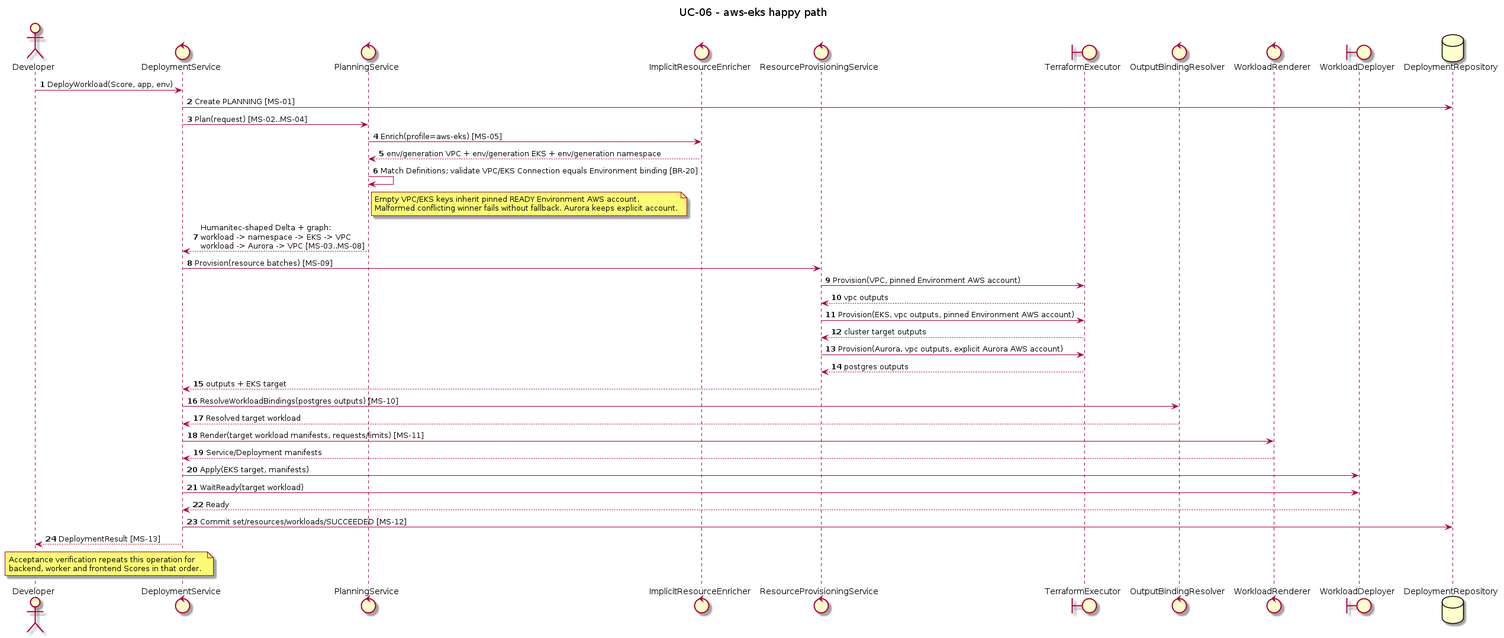
Above: orchestrator_docs/usecase/UC-06/sequence-cloud.png in pr3s3nt/poc (PlantUML), before the change. Its source is kept beside it as orchestrator_docs/usecase/UC-06/sequence-cloud.puml.
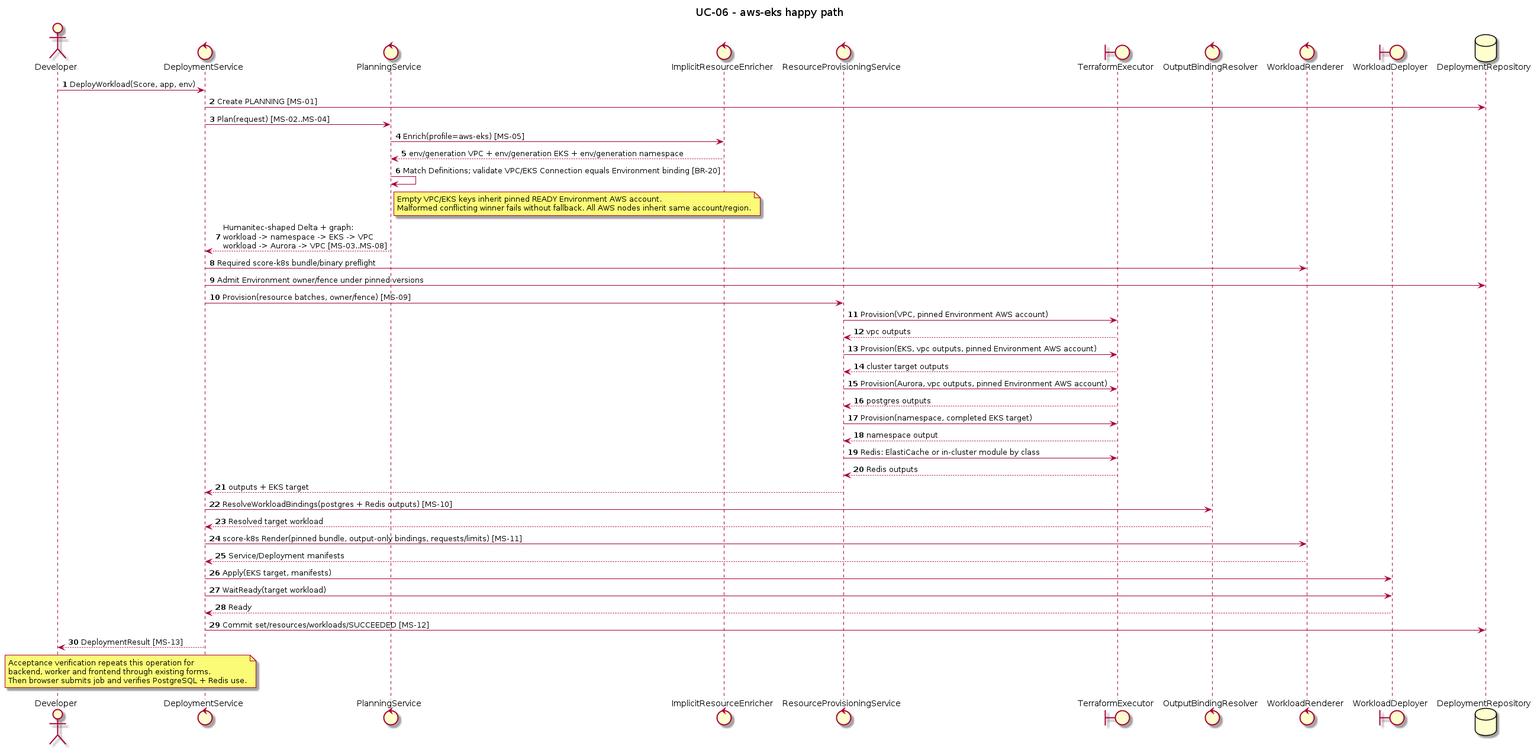
The same file after the commit.

What changed in the source:
```diff
@@ -20,20 +20,26 @@
 Planner -> Planner: Match Definitions; validate VPC/EKS Connection equals Environment binding [BR-20]
 note right of Planner
 Empty VPC/EKS keys inherit pinned READY Environment AWS account.
-Malformed conflicting winner fails without fallback. Aurora keeps explicit account.
+Malformed conflicting winner fails without fallback. All AWS nodes inherit same account/region.
 end note
 Planner --> Service: Humanitec-shaped Delta + graph:\nworkload -> namespace -> EKS -> VPC\nworkload -> Aurora -> VPC [MS-03..MS-08]
-Service -> Provisioner: Provision(resource batches) [MS-09]
+Service -> Renderer: Required score-k8s bundle/binary preflight
+Service -> Repo: Admit Environment owner/fence under pinned versions
+Service -> Provisioner: Provision(resource batches, owner/fence) [MS-09]
 Provisioner -> Terraform: Provision(VPC, pinned Environment AWS account)
 Terraform --> Provisioner: vpc outputs
 Provisioner -> Terraform: Provision(EKS, vpc outputs, pinned Environment AWS account)
 Terraform --> Provisioner: cluster target outputs
-Provisioner -> Terraform: Provision(Aurora, vpc outputs, explicit Aurora AWS account)
+Provisioner -> Terraform: Provision(Aurora, vpc outputs, pinned Environment AWS account)
 Terraform --> Provisioner: postgres outputs
+Provisioner -> Terraform: Provision(namespace, completed EKS target)
+Terraform --> Provisioner: namespace output
+Provisioner -> Terraform: Redis: ElastiCache or in-cluster module by class
+Terraform --> Provisioner: Redis outputs
 Provisioner --> Service: outputs + EKS target
-Service -> Resolver: ResolveWorkloadBindings(postgres outputs) [MS-10]
+Service -> Resolver: ResolveWorkloadBindings(postgres + Redis outputs) [MS-10]
 Resolver --> Service: Resolved target workload
-Service -> Renderer: Render(target workload manifests, requests/limits) [MS-11]
+Service -> Renderer: score-k8s Render(pinned bundle, output-only bindings, requests/limits) [MS-11]
 Renderer --> Service: Service/Deployment manifests
 Service -> K8s: Apply(EKS target, manifests)
 Service -> K8s: WaitReady(target workload)
@@ -42,6 +48,7 @@
 Service --> Developer: DeploymentResult [MS-13]
 note over Developer, Service
 Acceptance verification repeats this operation for
-backend, worker and frontend Scores in that order.
+backend, worker and frontend through existing forms.
+Then browser submits job and verifies PostgreSQL + Redis use.
 end note
 @enduml
```
